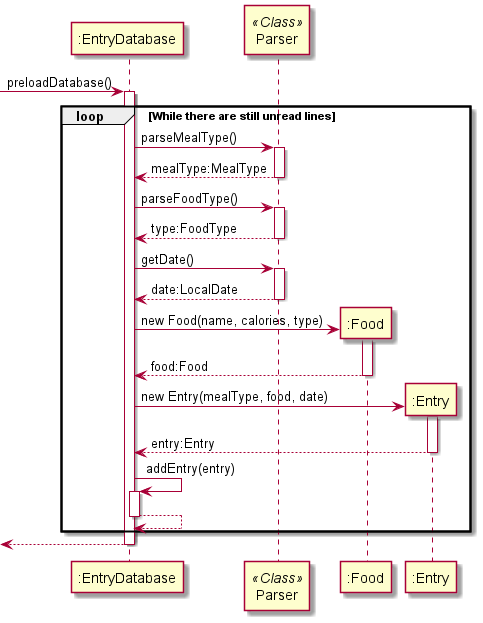
Earlier version of the PlantUML export docs/diagrams-DG/EntryDatabase_preLoadDatabase_Seq.png (praj-bellakka/tp).
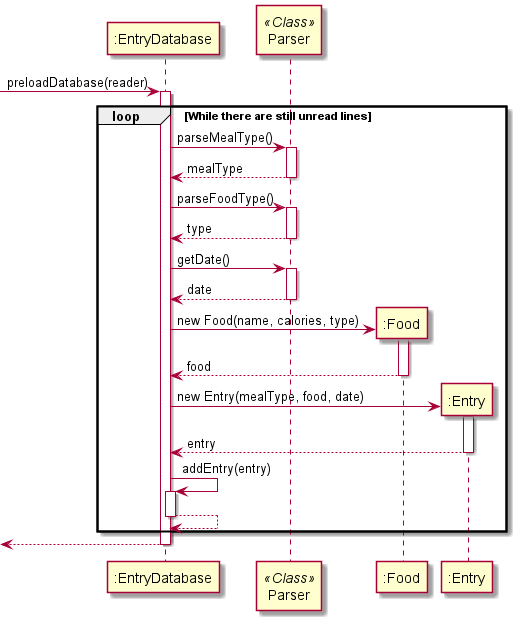
Later version of the same file.

Diff of the diagram source:
```diff
@@ -1,31 +1,31 @@
 @startuml
 
--> ":EntryDatabase": preloadDatabase()
+-> ":EntryDatabase": preloadDatabase(reader)
 activate ":EntryDatabase"
 participant Parser << Class >>
 loop While there are still unread lines
 
     ":EntryDatabase" -> Parser: parseMealType()
     activate Parser
-    return mealType:MealType
+    return mealType
 
     ":EntryDatabase" -> Parser: parseFoodType()
     activate Parser
-    return type:FoodType
+    return type
 
     ":EntryDatabase" -> Parser: getDate()
     activate Parser
-    return date:LocalDate
+    return date
 
     create ":Food"
     ":EntryDatabase" -> ":Food": new Food(name, calories, type)
     activate ":Food"
-    return food:Food
+    return food
 
     create ":Entry"
     ":EntryDatabase" -> ":Entry": new Entry(mealType, food, date)
     activate ":Entry"
-    return entry:Entry
+    return entry
 
     ":EntryDatabase" -> ":EntryDatabase": addEntry(entry)
     activate ":EntryDatabase"
```
